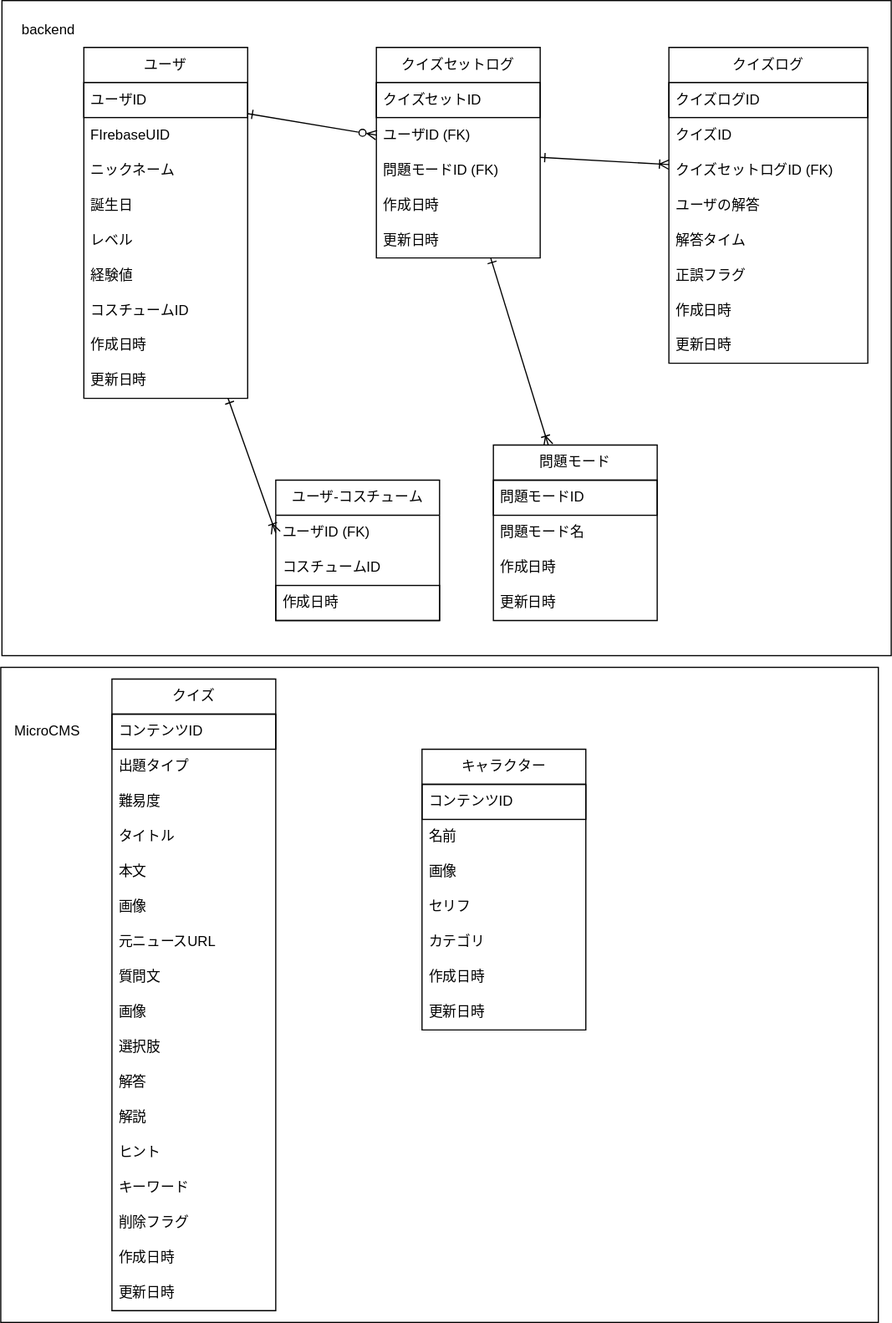
kouxi08/Hontokun-backend keeps this draw.io diagram as docs/db.drawio.svg. Above is the earlier version. Source tidied: cells renumbered, new cells last; positions are measured from the earlier drawing's top-left corner, leaving out a move shared by most shapes.
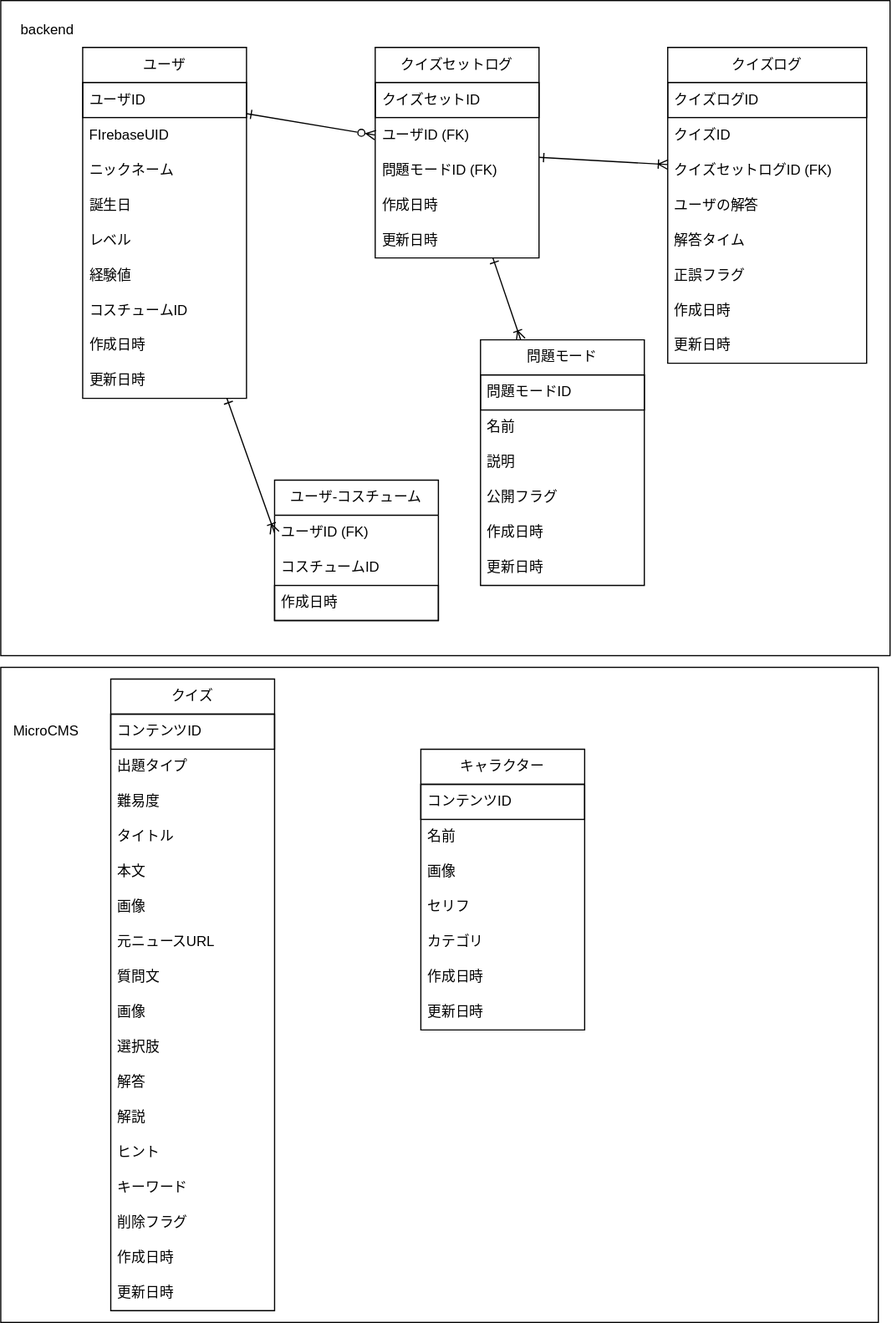
The same file after the commit.

Commit message:
[fix] refs 36 問題モードを修正する

What changed in the source:
```diff
@@ -3,7 +3,7 @@
     <mxCell id="0" />
     <mxCell id="1" parent="0" />
     <mxCell id="2" style="rounded=0;whiteSpace=wrap;html=1;" parent="1" vertex="1">
-      <mxGeometry y="570" width="750" height="560" as="geometry" />
+      <mxGeometry x="1" y="570" width="750" height="560" as="geometry" />
     </mxCell>
     <mxCell id="3" style="rounded=0;whiteSpace=wrap;html=1;fontStyle=1;" parent="1" vertex="1">
       <mxGeometry x="1" width="760" height="560" as="geometry" />
@@ -194,19 +194,25 @@
       <mxGeometry relative="1" as="geometry" />
     </mxCell>
     <mxCell id="65" value="問題モード" style="swimlane;fontStyle=0;horizontal=1;startSize=30;whiteSpace=wrap;html=1;" parent="1" vertex="1">
-      <mxGeometry x="421" y="380" width="140" height="150" as="geometry" />
+      <mxGeometry x="411" y="290" width="140" height="210" as="geometry" />
     </mxCell>
     <mxCell id="66" value="問題モードID" style="text;strokeColor=default;fillColor=none;align=left;verticalAlign=middle;spacingLeft=4;spacingRight=4;overflow=hidden;whiteSpace=wrap;html=1;" parent="65" vertex="1">
       <mxGeometry y="30" width="140" height="30" as="geometry" />
     </mxCell>
-    <mxCell id="67" value="問題モード名" style="text;strokeColor=none;fillColor=none;align=left;verticalAlign=middle;spacingLeft=4;spacingRight=4;overflow=hidden;whiteSpace=wrap;html=1;" parent="65" vertex="1">
+    <mxCell id="67" value="名前" style="text;strokeColor=none;fillColor=none;align=left;verticalAlign=middle;spacingLeft=4;spacingRight=4;overflow=hidden;whiteSpace=wrap;html=1;" parent="65" vertex="1">
       <mxGeometry y="60" width="140" height="30" as="geometry" />
     </mxCell>
+    <mxCell id="70" value="説明" style="text;strokeColor=none;fillColor=none;align=left;verticalAlign=middle;spacingLeft=4;spacingRight=4;overflow=hidden;whiteSpace=wrap;html=1;" parent="65" vertex="1">
+      <mxGeometry y="90" width="140" height="30" as="geometry" />
+    </mxCell>
+    <mxCell id="71" value="公開フラグ" style="text;strokeColor=none;fillColor=none;align=left;verticalAlign=middle;spacingLeft=4;spacingRight=4;overflow=hidden;whiteSpace=wrap;html=1;" parent="65" vertex="1">
+      <mxGeometry y="120" width="140" height="30" as="geometry" />
+    </mxCell>
     <mxCell id="68" value="作成日時" style="text;strokeColor=none;fillColor=none;align=left;verticalAlign=middle;spacingLeft=4;spacingRight=4;overflow=hidden;whiteSpace=wrap;html=1;" parent="65" vertex="1">
-      <mxGeometry y="90" width="140" height="30" as="geometry" />
+      <mxGeometry y="150" width="140" height="30" as="geometry" />
     </mxCell>
     <mxCell id="69" value="更新日時" style="text;strokeColor=none;fillColor=none;align=left;verticalAlign=middle;spacingLeft=4;spacingRight=4;overflow=hidden;whiteSpace=wrap;html=1;" parent="65" vertex="1">
-      <mxGeometry y="120" width="140" height="30" as="geometry" />
+      <mxGeometry y="180" width="140" height="30" as="geometry" />
     </mxCell>
   </root>
 </mxGraphModel>
```
